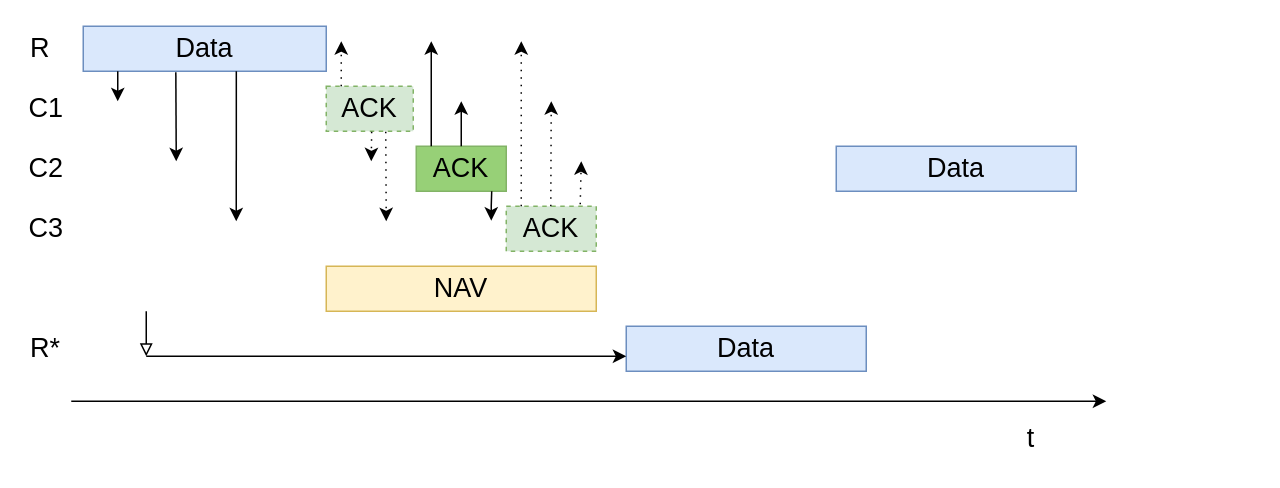
saroesler/Pictures keeps this draw.io diagram as slottedACK.drawio. Above is the earlier version. Source tidied: cells renumbered, new cells numbered last; positions are measured from the earlier drawing's top-left corner, leaving out a move shared by most shapes. Both pictures are drawn from the tidied source at 150%, with x=0, y=0 at pixel (26, 26).
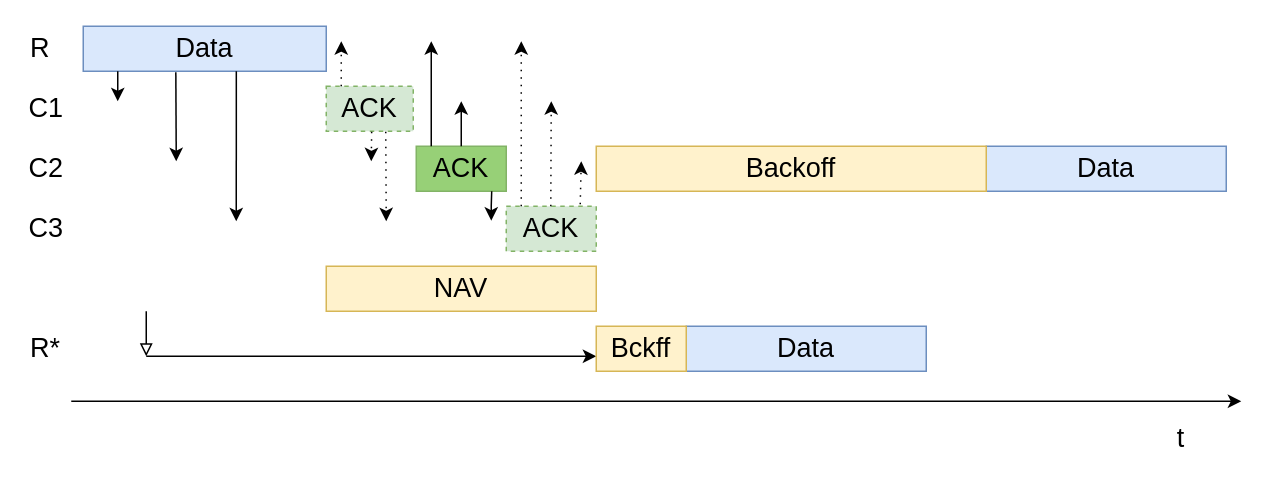
The same diagram, later.

The edit, as a diff of the source:
```diff
@@
     <mxCell id="2" style="endArrow=classic;html=1;rounded=0;" parent="1" edge="1">
       <mxGeometry relative="1" as="geometry">
         <mxPoint x="30" y="250" as="sourcePoint" />
-        <mxPoint x="720" y="250" as="targetPoint" />
+        <mxPoint x="810" y="250" as="targetPoint" />
       </mxGeometry>
     </mxCell>
@@
     <mxCell id="12" value="t" style="text;html=1;strokeColor=none;fillColor=none;align=center;verticalAlign=middle;whiteSpace=wrap;rounded=0;shadow=0;sketch=0;strokeWidth=1;fontSize=18;" parent="1" vertex="1">
-      <mxGeometry x="640" y="260" width="60" height="30" as="geometry" />
+      <mxGeometry x="740" y="260" width="60" height="30" as="geometry" />
     </mxCell>
     <mxCell id="13" value="Data" style="rounded=0;whiteSpace=wrap;html=1;fontSize=18;fillColor=#dae8fc;strokeColor=#6c8ebf;" parent="1" vertex="1">
-      <mxGeometry x="400" y="200" width="160" height="30" as="geometry" />
+      <mxGeometry x="440" y="200" width="160" height="30" as="geometry" />
     </mxCell>
@@
-    <mxCell id="27" style="endArrow=classic;html=1;rounded=0;fontSize=18;entryX=0;entryY=0.667;entryDx=0;entryDy=0;entryPerimeter=0;" parent="1" edge="1" target="13">
+    <mxCell id="27" style="endArrow=classic;html=1;rounded=0;fontSize=18;" parent="1" edge="1">
       <mxGeometry relative="1" as="geometry">
         <mxPoint x="80" y="220" as="sourcePoint" />
+        <mxPoint x="380" y="220" as="targetPoint" />
         <Array as="points">
           <mxPoint x="190" y="220" />
           <mxPoint x="330" y="220" />
         </Array>
       </mxGeometry>
     </mxCell>
@@
     <mxCell id="29" value="Data" style="rounded=0;whiteSpace=wrap;html=1;fontSize=18;fillColor=#dae8fc;strokeColor=#6c8ebf;" parent="1" vertex="1">
-      <mxGeometry x="540" y="80" width="160" height="30" as="geometry" />
+      <mxGeometry x="640" y="80" width="160" height="30" as="geometry" />
     </mxCell>
+    <mxCell id="30" value="Bckff" style="rounded=0;whiteSpace=wrap;html=1;fontSize=18;fillColor=#fff2cc;strokeColor=#d6b656;" parent="1" vertex="1">
+      <mxGeometry x="380" y="200" width="60" height="30" as="geometry" />
+    </mxCell>
+    <mxCell id="31" value="Backoff" style="rounded=0;whiteSpace=wrap;html=1;fontSize=18;fillColor=#fff2cc;strokeColor=#d6b656;" parent="1" vertex="1">
+      <mxGeometry x="380" y="80" width="260" height="30" as="geometry" />
+    </mxCell>
```
